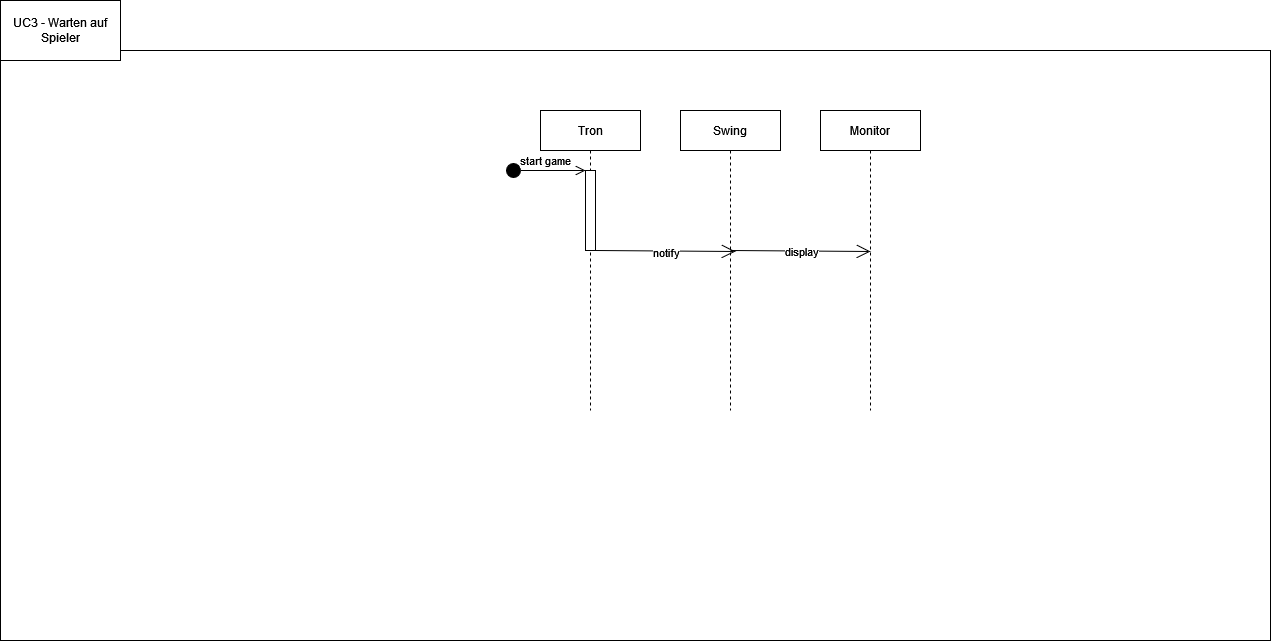
Above: Arc42/Assets/technischer Kontext-UC3.drawio.png in MorenoS96/vsp (draw.io), before the change. Source tidied: cells renumbered, new cells last; positions are measured from the earlier drawing's top-left corner, leaving out a move shared by most shapes. Its diagram source:
```xml
<mxGraphModel>
  <root>
    <mxCell id="0" />
    <mxCell id="1" parent="0" />
    <mxCell id="2" style="rounded=0;whiteSpace=wrap;html=1;" parent="1" vertex="1">
      <mxGeometry y="50" width="1270" height="590" as="geometry" />
    </mxCell>
    <mxCell id="3" value="UC3 - Warten auf Spieler" style="rounded=0;whiteSpace=wrap;html=1;" parent="1" vertex="1">
      <mxGeometry width="120" height="60" as="geometry" />
    </mxCell>
    <mxCell id="4" value="Tron" style="shape=umlLifeline;perimeter=lifelinePerimeter;rounded=0;shadow=0;strokeWidth=1;" parent="1" vertex="1">
      <mxGeometry x="540" y="110" width="100" height="300" as="geometry" />
    </mxCell>
    <mxCell id="5" style="html=1;perimeter=orthogonalPerimeter;" parent="4" vertex="1">
      <mxGeometry x="45" y="60" width="10" height="80" as="geometry" />
    </mxCell>
    <mxCell id="6" value="start game" style="html=1;verticalAlign=bottom;startArrow=circle;startFill=1;endArrow=open;startSize=6;endSize=8;rounded=0;" parent="4" edge="1">
      <mxGeometry relative="1" as="geometry">
        <mxPoint x="-35" y="60" as="sourcePoint" />
        <mxPoint x="45" y="60" as="targetPoint" />
      </mxGeometry>
    </mxCell>
    <mxCell id="7" value="Swing" style="shape=umlLifeline;perimeter=lifelinePerimeter;rounded=0;shadow=0;strokeWidth=1;" parent="1" vertex="1">
      <mxGeometry x="680" y="110" width="100" height="300" as="geometry" />
    </mxCell>
    <mxCell id="8" value="notify" style="endArrow=open;html=1;rounded=0;exitX=0.48;exitY=0.33;exitDx=0;exitDy=0;exitPerimeter=0;endFill=0;endSize=12;" parent="7" edge="1">
      <mxGeometry relative="1" as="geometry">
        <mxPoint x="-85" y="140" as="sourcePoint" />
        <mxPoint x="55" y="141" as="targetPoint" />
        <mxPoint y="1" as="offset" />
      </mxGeometry>
    </mxCell>
    <mxCell id="9" value="display" style="endArrow=open;html=1;rounded=0;exitX=0.48;exitY=0.33;exitDx=0;exitDy=0;exitPerimeter=0;endFill=0;endSize=12;" parent="7" edge="1">
      <mxGeometry relative="1" as="geometry">
        <mxPoint x="50" y="140" as="sourcePoint" />
        <mxPoint x="190" y="141" as="targetPoint" />
      </mxGeometry>
    </mxCell>
    <mxCell id="10" value="Monitor" style="shape=umlLifeline;perimeter=lifelinePerimeter;rounded=0;shadow=0;strokeWidth=1;" parent="1" vertex="1">
      <mxGeometry x="820" y="110" width="100" height="300" as="geometry" />
    </mxCell>
  </root>
</mxGraphModel>
```
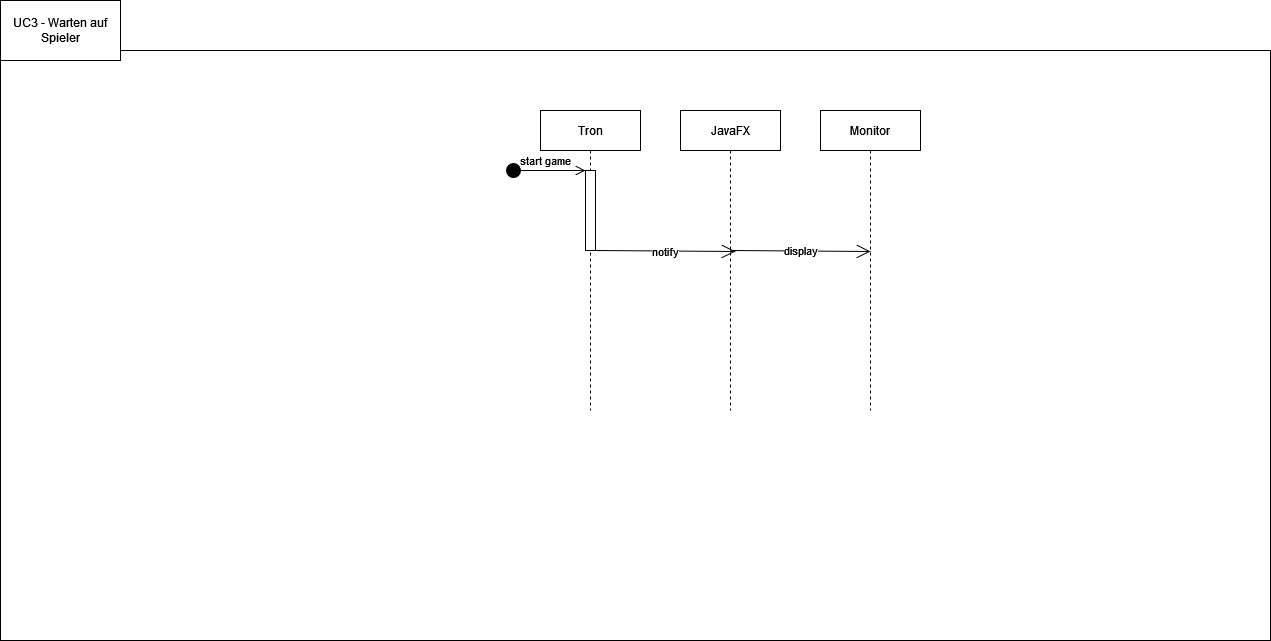
Above is the later version.

Change to the diagram source:
```diff
@@ -20,7 +20,7 @@
         <mxPoint x="45" y="60" as="targetPoint" />
       </mxGeometry>
     </mxCell>
-    <mxCell id="7" value="Swing" style="shape=umlLifeline;perimeter=lifelinePerimeter;rounded=0;shadow=0;strokeWidth=1;" parent="1" vertex="1">
+    <mxCell id="7" value="JavaFX" style="shape=umlLifeline;perimeter=lifelinePerimeter;rounded=0;shadow=0;strokeWidth=1;" parent="1" vertex="1">
       <mxGeometry x="680" y="110" width="100" height="300" as="geometry" />
     </mxCell>
     <mxCell id="8" value="notify" style="endArrow=open;html=1;rounded=0;exitX=0.48;exitY=0.33;exitDx=0;exitDy=0;exitPerimeter=0;endFill=0;endSize=12;" parent="7" edge="1">
```
